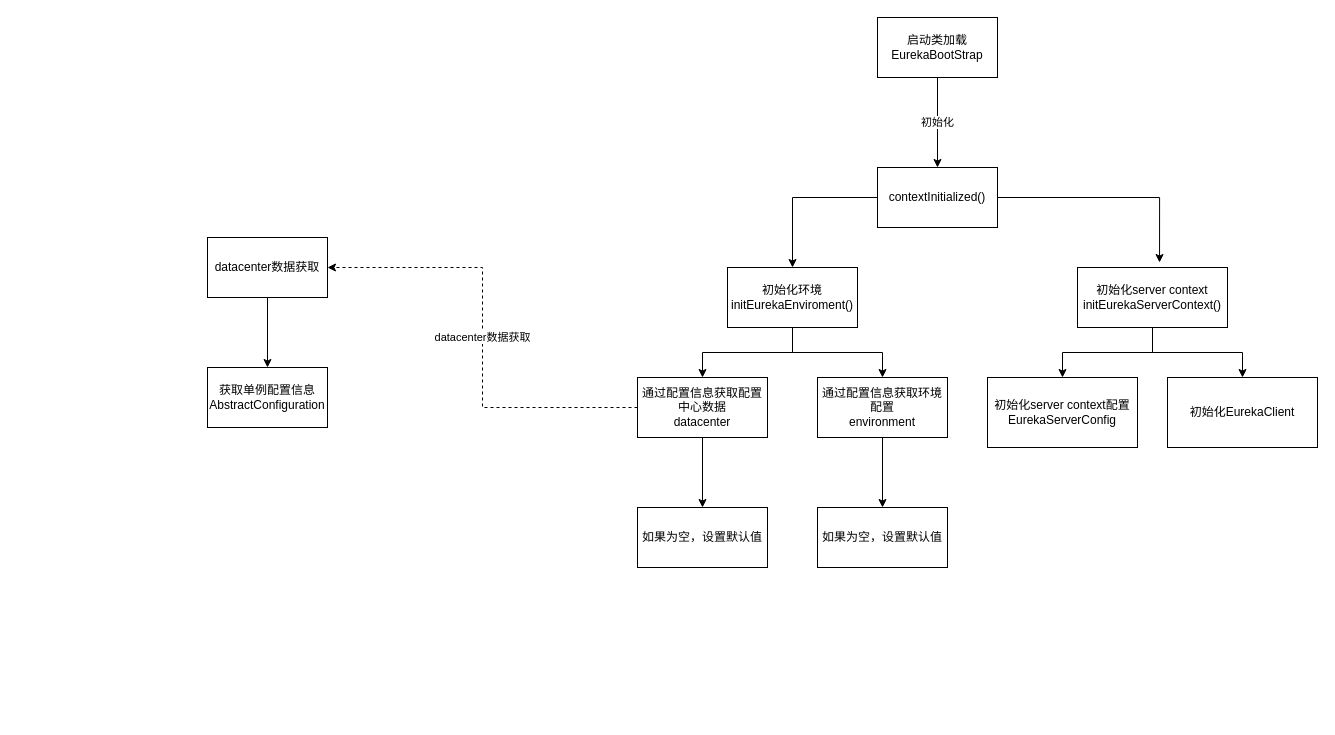
The draw.io diagram 架构笔记/eureka-server初始化.drawio in childin/childin, before the edit. Source tidied: cells renumbered, new cells numbered last; positions are measured from the earlier drawing's top-left corner, leaving out a move shared by most shapes. Both pictures are drawn from the tidied source at 100%, with x=0, y=0 at pixel (207, 17).
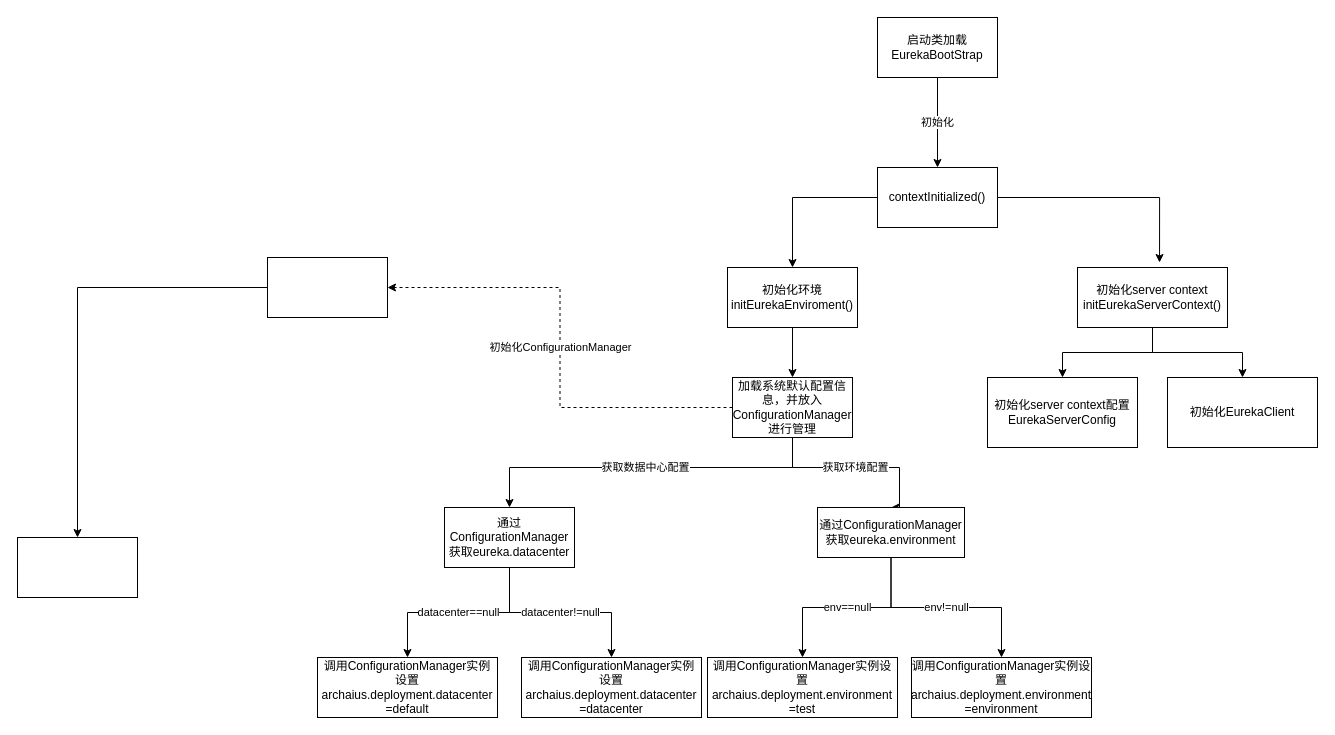
The same page after the edit.

Commit message:
更新eureka-server初始化.drawio

Unchanged cells that the change refers to:
```xml
<mxCell id="9" value="初始化环境&lt;br&gt;initEurekaEnviroment()" style="rounded=0;whiteSpace=wrap;html=1;" parent="1" vertex="1">
  <mxGeometry x="520" y="250" width="130" height="60" as="geometry" />
</mxCell>
```

Diff of the diagram source:
```diff
@@
-    <mxCell id="7" style="edgeStyle=orthogonalEdgeStyle;rounded=0;jettySize=auto;html=1;entryX=0.5;entryY=0;entryDx=0;entryDy=0;" parent="1" edge="1" source="9" target="15">
-      <mxGeometry relative="1" as="geometry" />
-    </mxCell>
-    <mxCell id="8" style="edgeStyle=orthogonalEdgeStyle;rounded=0;jettySize=auto;html=1;entryX=0.5;entryY=0;entryDx=0;entryDy=0;" parent="1" edge="1" source="9" target="18">
-      <mxGeometry relative="1" as="geometry" />
-    </mxCell>
+    <mxCell id="25" style="edgeStyle=orthogonalEdgeStyle;rounded=0;jettySize=auto;html=1;entryX=0.5;entryY=0;entryDx=0;entryDy=0;" parent="1" edge="1" source="9" target="30">
+      <mxGeometry relative="1" as="geometry" />
+    </mxCell>
@@
+    <mxCell id="14" value="初始化ConfigurationManager" style="edgeStyle=orthogonalEdgeStyle;rounded=0;jettySize=auto;html=1;entryX=1;entryY=0.5;entryDx=0;entryDy=0;dashed=1;exitX=0;exitY=0.5;exitDx=0;exitDy=0;" parent="1" edge="1" source="30" target="23">
+      <mxGeometry relative="1" as="geometry" />
+    </mxCell>
+    <mxCell id="26" value="datacenter==null" style="edgeStyle=orthogonalEdgeStyle;rounded=0;jettySize=auto;html=1;entryX=0.5;entryY=0;entryDx=0;entryDy=0;" parent="1" edge="1" source="15" target="27">
+      <mxGeometry relative="1" as="geometry" />
+    </mxCell>
-    <mxCell id="13" style="edgeStyle=orthogonalEdgeStyle;rounded=0;jettySize=auto;html=1;entryX=0.5;entryY=0;entryDx=0;entryDy=0;" parent="1" edge="1" source="15" target="16">
+    <mxCell id="13" value="datacenter!=null" style="edgeStyle=orthogonalEdgeStyle;rounded=0;jettySize=auto;html=1;" parent="1" edge="1" source="15" target="16">
       <mxGeometry relative="1" as="geometry" />
     </mxCell>
-    <mxCell id="14" value="datacenter数据获取" style="edgeStyle=orthogonalEdgeStyle;rounded=0;jettySize=auto;html=1;entryX=1;entryY=0.5;entryDx=0;entryDy=0;dashed=1;" parent="1" edge="1" source="15" target="23">
-      <mxGeometry relative="1" as="geometry" />
-    </mxCell>
-    <mxCell id="15" value="通过配置信息获取配置中心数据&lt;br&gt;datacenter" style="rounded=0;whiteSpace=wrap;html=1;" parent="1" vertex="1">
-      <mxGeometry x="430" y="360" width="130" height="60" as="geometry" />
+    <mxCell id="15" value="通过ConfigurationManager获取eureka.datacenter" style="rounded=0;whiteSpace=wrap;html=1;" parent="1" vertex="1">
+      <mxGeometry x="237" y="490" width="130" height="60" as="geometry" />
     </mxCell>
-    <mxCell id="16" value="如果为空，设置默认值" style="rounded=0;whiteSpace=wrap;html=1;" parent="1" vertex="1">
-      <mxGeometry x="430" y="490" width="130" height="60" as="geometry" />
+    <mxCell id="16" value="调用ConfigurationManager实例设置archaius.deployment.datacenter&lt;br&gt;=datacenter" style="rounded=0;whiteSpace=wrap;html=1;" parent="1" vertex="1">
+      <mxGeometry x="314" y="640" width="180" height="60" as="geometry" />
     </mxCell>
-    <mxCell id="17" style="edgeStyle=orthogonalEdgeStyle;rounded=0;jettySize=auto;html=1;" parent="1" edge="1" source="18" target="19">
-      <mxGeometry relative="1" as="geometry" />
-    </mxCell>
-    <mxCell id="18" value="通过配置信息获取环境配置&lt;br&gt;environment" style="rounded=0;whiteSpace=wrap;html=1;" parent="1" vertex="1">
-      <mxGeometry x="610" y="360" width="130" height="60" as="geometry" />
-    </mxCell>
-    <mxCell id="19" value="如果为空，设置默认值" style="rounded=0;whiteSpace=wrap;html=1;" parent="1" vertex="1">
-      <mxGeometry x="610" y="490" width="130" height="60" as="geometry" />
-    </mxCell>
@@
-    <mxCell id="23" value="datacenter数据获取" style="rounded=0;whiteSpace=wrap;html=1;" parent="1" vertex="1">
-      <mxGeometry y="220" width="120" height="60" as="geometry" />
+    <mxCell id="23" style="rounded=0;whiteSpace=wrap;html=1;" parent="1" vertex="1">
+      <mxGeometry x="60" y="240" width="120" height="60" as="geometry" />
     </mxCell>
-    <mxCell id="24" value="获取单例配置信息AbstractConfiguration" style="rounded=0;whiteSpace=wrap;html=1;" parent="1" vertex="1">
-      <mxGeometry y="350" width="120" height="60" as="geometry" />
+    <mxCell id="24" style="rounded=0;whiteSpace=wrap;html=1;" parent="1" vertex="1">
+      <mxGeometry x="-190" y="520" width="120" height="60" as="geometry" />
     </mxCell>
+    <mxCell id="27" value="&lt;span&gt;调用ConfigurationManager实例设置archaius.deployment.datacenter&lt;/span&gt;&lt;br&gt;&lt;span&gt;=default&lt;/span&gt;" style="rounded=0;whiteSpace=wrap;html=1;" parent="1" vertex="1">
+      <mxGeometry x="110" y="640" width="180" height="60" as="geometry" />
+    </mxCell>
+    <mxCell id="28" value="获取数据中心配置" style="edgeStyle=orthogonalEdgeStyle;rounded=0;jettySize=auto;html=1;entryX=0.5;entryY=0;entryDx=0;entryDy=0;" parent="1" edge="1" source="30" target="15">
+      <mxGeometry relative="1" as="geometry">
+        <Array as="points">
+          <mxPoint x="585" y="450" />
+          <mxPoint x="302" y="450" />
+        </Array>
+      </mxGeometry>
+    </mxCell>
+    <mxCell id="29" value="获取环境配置" style="edgeStyle=orthogonalEdgeStyle;rounded=0;jettySize=auto;html=1;entryX=0.5;entryY=0;entryDx=0;entryDy=0;" parent="1" edge="1" source="30" target="33">
+      <mxGeometry relative="1" as="geometry">
+        <Array as="points">
+          <mxPoint x="585" y="450" />
+          <mxPoint x="692" y="450" />
+        </Array>
+      </mxGeometry>
+    </mxCell>
+    <mxCell id="30" value="加载系统默认配置信息，并放入ConfigurationManager进行管理" style="rounded=0;whiteSpace=wrap;html=1;" parent="1" vertex="1">
+      <mxGeometry x="525" y="360" width="120" height="60" as="geometry" />
+    </mxCell>
+    <mxCell id="31" value="env==null" style="edgeStyle=orthogonalEdgeStyle;rounded=0;jettySize=auto;html=1;entryX=0.5;entryY=0;entryDx=0;entryDy=0;" parent="1" edge="1" source="33" target="35">
+      <mxGeometry relative="1" as="geometry" />
+    </mxCell>
+    <mxCell id="32" value="env!=null" style="edgeStyle=orthogonalEdgeStyle;rounded=0;jettySize=auto;html=1;" parent="1" edge="1" source="33" target="34">
+      <mxGeometry relative="1" as="geometry" />
+    </mxCell>
+    <mxCell id="33" value="通过ConfigurationManager获取eureka.environment" style="rounded=0;whiteSpace=wrap;html=1;" parent="1" vertex="1">
+      <mxGeometry x="610" y="490" width="147" height="50" as="geometry" />
+    </mxCell>
+    <mxCell id="34" value="调用ConfigurationManager实例设置archaius.deployment.environment&lt;br&gt;=environment" style="rounded=0;whiteSpace=wrap;html=1;" parent="1" vertex="1">
+      <mxGeometry x="704" y="640" width="180" height="60" as="geometry" />
+    </mxCell>
+    <mxCell id="35" value="&lt;span&gt;调用ConfigurationManager实例设置&lt;/span&gt;archaius.deployment.environment&lt;br&gt;&lt;span&gt;=test&lt;/span&gt;" style="rounded=0;whiteSpace=wrap;html=1;" parent="1" vertex="1">
+      <mxGeometry x="500" y="640" width="190" height="60" as="geometry" />
+    </mxCell>
```
